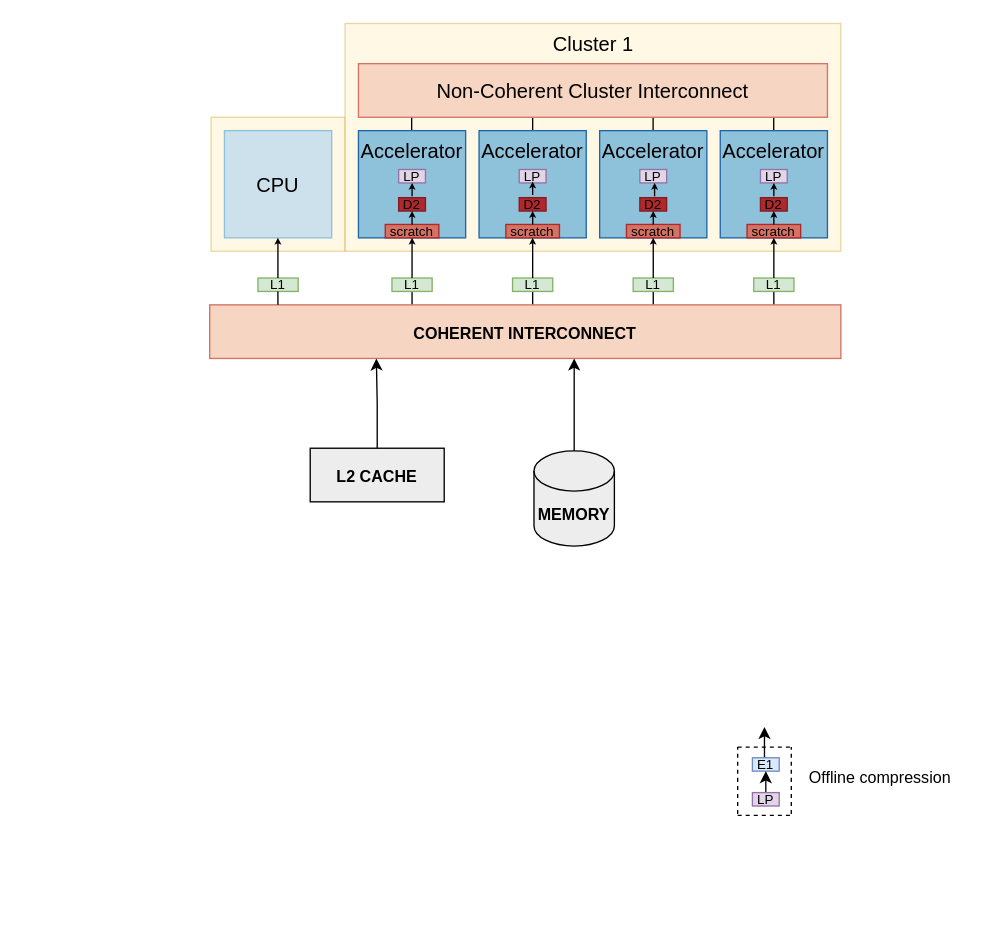
Above: System architecture.drawio in Nithyarajoman/Drawio-figures (draw.io), before the change. Source tidied: cells renumbered, new cells numbered last; positions are measured from the earlier drawing's top-left corner, leaving out a move shared by most shapes. Both pictures are drawn from the tidied source at 134%, with x=0, y=0 at pixel (209, 23).
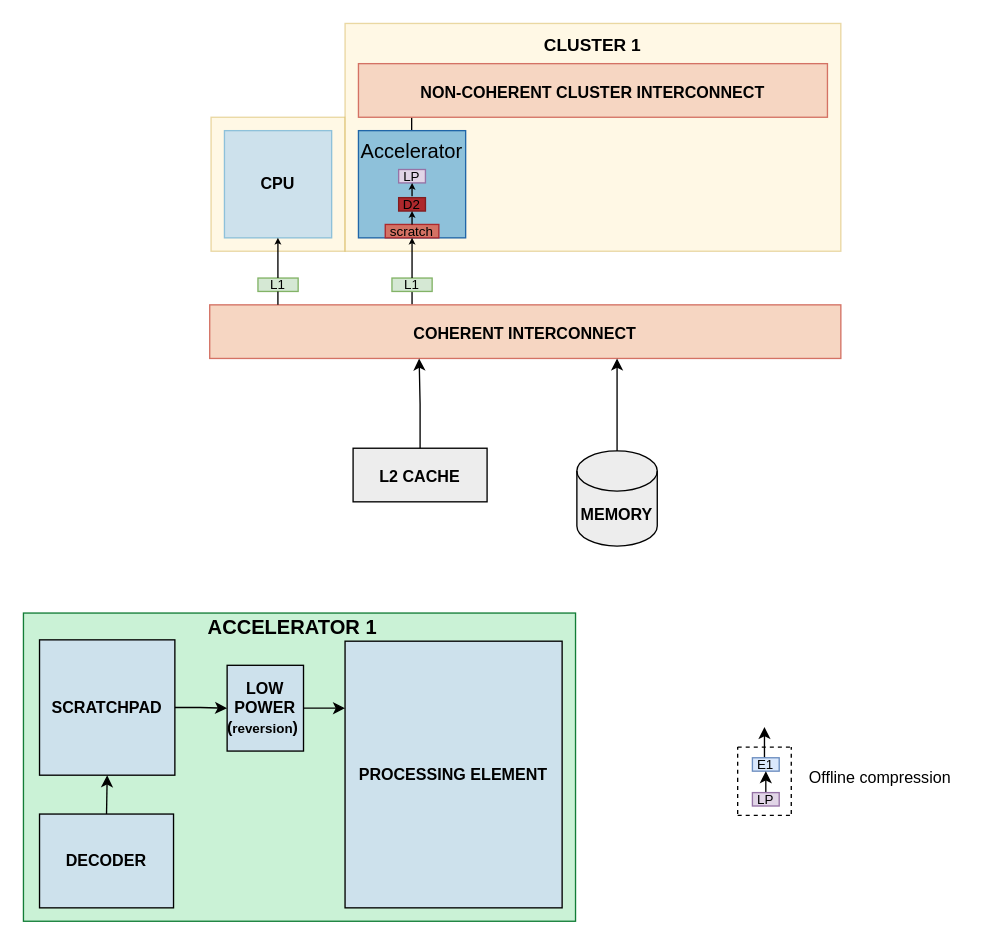
After the change.

Change to the diagram source:
```diff
@@
-    <mxCell id="4" value="&lt;font style=&quot;font-size: 15px;&quot;&gt;CPU&lt;/font&gt;" style="whiteSpace=wrap;html=1;fillColor=#CDE1EC;strokeColor=#8EC1DA;" parent="1" vertex="1">
+    <mxCell id="4" value="&lt;font&gt;&lt;b style=&quot;&quot;&gt;CPU&lt;/b&gt;&lt;/font&gt;" style="whiteSpace=wrap;html=1;fillColor=#CDE1EC;strokeColor=#8EC1DA;" parent="1" vertex="1">
       <mxGeometry x="11" y="80" width="80" height="80" as="geometry" />
     </mxCell>
-    <mxCell id="5" style="endArrow=none;html=1;entryX=0.75;entryY=1;entryDx=0;entryDy=0;fontSize=15;" parent="1" edge="1">
-      <mxGeometry relative="1" as="geometry">
-        <mxPoint x="330.9" y="80" as="sourcePoint" />
-        <mxPoint x="330.9" y="40" as="targetPoint" />
-      </mxGeometry>
-    </mxCell>
-    <mxCell id="6" style="endArrow=none;html=1;entryX=0.75;entryY=1;entryDx=0;entryDy=0;fontSize=15;" parent="1" edge="1">
-      <mxGeometry relative="1" as="geometry">
-        <mxPoint x="241" y="80" as="sourcePoint" />
-        <mxPoint x="241" y="40" as="targetPoint" />
-      </mxGeometry>
-    </mxCell>
@@
-    <mxCell id="8" style="endArrow=none;html=1;entryX=0.75;entryY=1;entryDx=0;entryDy=0;fontSize=15;" parent="1" edge="1">
-      <mxGeometry relative="1" as="geometry">
-        <mxPoint x="420.9" y="80" as="sourcePoint" />
-        <mxPoint x="420.9" y="40" as="targetPoint" />
-      </mxGeometry>
-    </mxCell>
@@
-    <mxCell id="10" value="Non-Coherent Cluster Interconnect" style="rounded=0;whiteSpace=wrap;html=1;fillColor=#f6d6c2;strokeColor=#d47264;fontSize=15;" parent="1" vertex="1">
+    <mxCell id="10" value="&lt;b style=&quot;&quot;&gt;&lt;font style=&quot;font-size: 12px;&quot;&gt;NON-COHERENT CLUSTER INTERCONNECT&lt;/font&gt;&lt;/b&gt;" style="rounded=0;whiteSpace=wrap;html=1;fillColor=#f6d6c2;strokeColor=#d47264;fontSize=15;" parent="1" vertex="1">
       <mxGeometry x="111" y="30" width="350" height="40" as="geometry" />
     </mxCell>
@@
-    <mxCell id="12" value="Cluster 1" style="text;html=1;strokeColor=none;fillColor=none;align=center;verticalAlign=middle;whiteSpace=wrap;rounded=0;fontSize=15;opacity=50;" parent="1" vertex="1">
-      <mxGeometry x="253.5" width="65" height="30" as="geometry" />
+    <mxCell id="12" value="&lt;b&gt;&lt;font style=&quot;font-size: 13px;&quot;&gt;CLUSTER 1&lt;/font&gt;&lt;/b&gt;" style="text;html=1;strokeColor=none;fillColor=none;align=center;verticalAlign=middle;whiteSpace=wrap;rounded=0;fontSize=15;opacity=50;" parent="1" vertex="1">
+      <mxGeometry x="241.2" width="89.5" height="30" as="geometry" />
     </mxCell>
-    <mxCell id="13" style="endArrow=none;html=1;" parent="1" edge="1">
-      <mxGeometry relative="1" as="geometry">
-        <mxPoint x="241" y="210" as="sourcePoint" />
-        <mxPoint x="241" y="200" as="targetPoint" />
-      </mxGeometry>
-    </mxCell>
-    <mxCell id="14" value="&lt;p style=&quot;line-height: 460%; font-size: 10px;&quot;&gt;&lt;span style=&quot;font-size: 10px;&quot;&gt;L1&lt;/span&gt;&lt;/p&gt;" style="rounded=0;whiteSpace=wrap;html=1;fillColor=#d5e8d4;strokeColor=#82b366;fontSize=10;" parent="1" vertex="1">
-      <mxGeometry x="226" y="190" width="30" height="10" as="geometry" />
-    </mxCell>
-    <mxCell id="15" style="whiteSpace=wrap;html=1;fillColor=#8ec1da;strokeColor=#2066a8;" parent="1" vertex="1">
-      <mxGeometry x="201" y="80" width="80" height="80" as="geometry" />
-    </mxCell>
-    <mxCell id="16" value="&lt;p style=&quot;line-height: 690%; font-size: 10px;&quot;&gt;&lt;font style=&quot;font-size: 10px;&quot;&gt;scratch&lt;/font&gt;&lt;/p&gt;" style="rounded=0;whiteSpace=wrap;html=1;strokeColor=#AE282C;fillColor=#D47264;fontSize=10;" parent="1" vertex="1">
-      <mxGeometry x="221" y="150" width="40" height="10" as="geometry" />
-    </mxCell>
-    <mxCell id="17" value="&lt;font style=&quot;font-size: 15px;&quot;&gt;Accelerator&lt;/font&gt;" style="text;html=1;strokeColor=none;fillColor=none;align=center;verticalAlign=middle;whiteSpace=wrap;rounded=0;fontSize=15;" parent="1" vertex="1">
-      <mxGeometry x="211" y="80" width="60" height="30" as="geometry" />
-    </mxCell>
-    <mxCell id="18" style="edgeStyle=none;html=1;exitX=0.75;exitY=0;exitDx=0;exitDy=0;entryX=0.5;entryY=1;entryDx=0;entryDy=0;fontSize=10;endSize=2;" parent="1" edge="1" target="16">
-      <mxGeometry relative="1" as="geometry">
-        <mxPoint x="241" y="190" as="sourcePoint" />
-      </mxGeometry>
-    </mxCell>
@@
-    <mxCell id="25" style="endArrow=none;html=1;" parent="1" edge="1">
-      <mxGeometry relative="1" as="geometry">
-        <mxPoint x="331" y="210" as="sourcePoint" />
-        <mxPoint x="331" y="200" as="targetPoint" />
-      </mxGeometry>
-    </mxCell>
-    <mxCell id="26" value="&lt;p style=&quot;line-height: 460%; font-size: 10px;&quot;&gt;&lt;span style=&quot;font-size: 10px;&quot;&gt;L1&lt;/span&gt;&lt;/p&gt;" style="rounded=0;whiteSpace=wrap;html=1;fillColor=#d5e8d4;strokeColor=#82b366;fontSize=10;" parent="1" vertex="1">
-      <mxGeometry x="316" y="190" width="30" height="10" as="geometry" />
-    </mxCell>
-    <mxCell id="27" style="whiteSpace=wrap;html=1;fillColor=#8ec1da;strokeColor=#2066a8;" parent="1" vertex="1">
-      <mxGeometry x="291" y="80" width="80" height="80" as="geometry" />
-    </mxCell>
-    <mxCell id="28" value="&lt;p style=&quot;line-height: 690%; font-size: 10px;&quot;&gt;&lt;font style=&quot;font-size: 10px;&quot;&gt;scratch&lt;/font&gt;&lt;/p&gt;" style="rounded=0;whiteSpace=wrap;html=1;strokeColor=#AE282C;fillColor=#D47264;fontSize=10;" parent="1" vertex="1">
-      <mxGeometry x="311" y="150" width="40" height="10" as="geometry" />
-    </mxCell>
-    <mxCell id="29" value="&lt;font style=&quot;font-size: 15px;&quot;&gt;Accelerator&lt;/font&gt;" style="text;html=1;strokeColor=none;fillColor=none;align=center;verticalAlign=middle;whiteSpace=wrap;rounded=0;fontSize=15;" parent="1" vertex="1">
-      <mxGeometry x="301" y="80" width="60" height="30" as="geometry" />
-    </mxCell>
-    <mxCell id="30" style="edgeStyle=none;html=1;exitX=0.75;exitY=0;exitDx=0;exitDy=0;entryX=0.5;entryY=1;entryDx=0;entryDy=0;fontSize=10;endSize=2;" parent="1" edge="1" target="28">
-      <mxGeometry relative="1" as="geometry">
-        <mxPoint x="331" y="190" as="sourcePoint" />
-      </mxGeometry>
-    </mxCell>
-    <mxCell id="31" style="endArrow=none;html=1;" parent="1" edge="1">
-      <mxGeometry relative="1" as="geometry">
-        <mxPoint x="421" y="210" as="sourcePoint" />
-        <mxPoint x="421" y="200" as="targetPoint" />
-      </mxGeometry>
-    </mxCell>
-    <mxCell id="32" value="&lt;p style=&quot;line-height: 460%; font-size: 10px;&quot;&gt;&lt;span style=&quot;font-size: 10px;&quot;&gt;L1&lt;/span&gt;&lt;/p&gt;" style="rounded=0;whiteSpace=wrap;html=1;fillColor=#d5e8d4;strokeColor=#82b366;fontSize=10;" parent="1" vertex="1">
-      <mxGeometry x="406" y="190" width="30" height="10" as="geometry" />
-    </mxCell>
-    <mxCell id="33" style="whiteSpace=wrap;html=1;fillColor=#8ec1da;strokeColor=#2066a8;" parent="1" vertex="1">
-      <mxGeometry x="381" y="80" width="80" height="80" as="geometry" />
-    </mxCell>
-    <mxCell id="34" value="&lt;p style=&quot;line-height: 690%; font-size: 10px;&quot;&gt;&lt;font style=&quot;font-size: 10px;&quot;&gt;scratch&lt;/font&gt;&lt;/p&gt;" style="rounded=0;whiteSpace=wrap;html=1;strokeColor=#AE282C;fillColor=#D47264;fontSize=10;" parent="1" vertex="1">
-      <mxGeometry x="401" y="150" width="40" height="10" as="geometry" />
-    </mxCell>
-    <mxCell id="35" value="&lt;font style=&quot;font-size: 15px;&quot;&gt;Accelerator&lt;/font&gt;" style="text;html=1;strokeColor=none;fillColor=none;align=center;verticalAlign=middle;whiteSpace=wrap;rounded=0;fontSize=15;" parent="1" vertex="1">
-      <mxGeometry x="391" y="80" width="60" height="30" as="geometry" />
-    </mxCell>
-    <mxCell id="36" style="edgeStyle=none;html=1;exitX=0.75;exitY=0;exitDx=0;exitDy=0;entryX=0.5;entryY=1;entryDx=0;entryDy=0;fontSize=10;endSize=2;" parent="1" edge="1" target="34">
-      <mxGeometry relative="1" as="geometry">
-        <mxPoint x="421" y="190" as="sourcePoint" />
-      </mxGeometry>
-    </mxCell>
-    <mxCell id="37" value="&lt;p style=&quot;line-height: 100%; font-size: 10px;&quot;&gt;&lt;span style=&quot;background-color: initial; font-size: 10px;&quot;&gt;D2&lt;/span&gt;&lt;/p&gt;" style="rounded=0;whiteSpace=wrap;html=1;strokeColor=#801D20;fillColor=#AE282C;align=center;fontSize=10;" parent="1" vertex="1">
-      <mxGeometry x="411" y="130" width="20" height="10" as="geometry" />
-    </mxCell>
-    <mxCell id="38" style="edgeStyle=none;html=1;exitX=0.75;exitY=0;exitDx=0;exitDy=0;entryX=0.5;entryY=1;entryDx=0;entryDy=0;fontSize=10;endSize=2;" parent="1" edge="1" target="37">
-      <mxGeometry relative="1" as="geometry">
-        <mxPoint x="421" y="150" as="sourcePoint" />
-      </mxGeometry>
-    </mxCell>
-    <mxCell id="39" value="&lt;p style=&quot;line-height: 100%; font-size: 10px;&quot;&gt;&lt;span style=&quot;background-color: initial; font-size: 10px;&quot;&gt;D2&lt;/span&gt;&lt;/p&gt;" style="rounded=0;whiteSpace=wrap;html=1;strokeColor=#801D20;fillColor=#AE282C;align=center;fontSize=10;" parent="1" vertex="1">
-      <mxGeometry x="321" y="130" width="20" height="10" as="geometry" />
-    </mxCell>
-    <mxCell id="40" style="edgeStyle=none;html=1;exitX=0.75;exitY=0;exitDx=0;exitDy=0;entryX=0.5;entryY=1;entryDx=0;entryDy=0;fontSize=10;endSize=2;" parent="1" edge="1" target="39">
-      <mxGeometry relative="1" as="geometry">
-        <mxPoint x="331" y="150" as="sourcePoint" />
-      </mxGeometry>
-    </mxCell>
-    <mxCell id="41" value="&lt;p style=&quot;line-height: 100%; font-size: 10px;&quot;&gt;&lt;span style=&quot;background-color: initial; font-size: 10px;&quot;&gt;D2&lt;/span&gt;&lt;/p&gt;" style="rounded=0;whiteSpace=wrap;html=1;strokeColor=#801D20;fillColor=#AE282C;align=center;fontSize=10;" parent="1" vertex="1">
-      <mxGeometry x="231" y="130" width="20" height="10" as="geometry" />
-    </mxCell>
-    <mxCell id="42" style="edgeStyle=none;html=1;exitX=0.75;exitY=0;exitDx=0;exitDy=0;entryX=0.5;entryY=1;entryDx=0;entryDy=0;fontSize=10;endSize=2;" parent="1" edge="1" target="41">
-      <mxGeometry relative="1" as="geometry">
-        <mxPoint x="241" y="150" as="sourcePoint" />
-      </mxGeometry>
-    </mxCell>
@@
-    <mxCell id="45" value="&lt;font style=&quot;font-size: 12px;&quot;&gt;&lt;b&gt;L2 CACHE&lt;/b&gt;&lt;/font&gt;" style="rounded=0;whiteSpace=wrap;html=1;fontSize=15;fillColor=#EDEDED;" parent="1" vertex="1">
-      <mxGeometry x="75" y="317" width="100" height="40" as="geometry" />
+    <mxCell id="45" value="&lt;font style=&quot;font-size: 12px;&quot;&gt;&lt;b style=&quot;&quot;&gt;L2 CACHE&lt;/b&gt;&lt;/font&gt;" style="rounded=0;whiteSpace=wrap;html=1;fontSize=15;fillColor=#EDEDED;" parent="1" vertex="1">
+      <mxGeometry x="107" y="317" width="100" height="40" as="geometry" />
     </mxCell>
-    <mxCell id="46" value="&lt;font style=&quot;font-size: 12px;&quot;&gt;&lt;b&gt;COHERENT INTERCONNECT&lt;/b&gt;&lt;/font&gt;" style="rounded=0;whiteSpace=wrap;html=1;fillColor=#F6D6C2;strokeColor=#D47264;fontSize=15;" parent="1" vertex="1">
+    <mxCell id="46" value="&lt;font style=&quot;font-size: 12px;&quot;&gt;&lt;b style=&quot;&quot;&gt;COHERENT INTERCONNECT&lt;/b&gt;&lt;/font&gt;" style="rounded=0;whiteSpace=wrap;html=1;fillColor=#F6D6C2;strokeColor=#D47264;fontSize=15;" parent="1" vertex="1">
       <mxGeometry y="210" width="471" height="40" as="geometry" />
     </mxCell>
@@
-    <mxCell id="52" value="&lt;p style=&quot;line-height: 100%; font-size: 10px;&quot;&gt;&lt;font style=&quot;font-size: 10px;&quot;&gt;LP&lt;/font&gt;&lt;/p&gt;" style="rounded=0;whiteSpace=wrap;html=1;strokeColor=#9673a6;fillColor=#e1d5e7;fontSize=10;" parent="1" vertex="1">
-      <mxGeometry x="231" y="109" width="20" height="10" as="geometry" />
-    </mxCell>
-    <mxCell id="53" value="&lt;p style=&quot;line-height: 100%; font-size: 10px;&quot;&gt;&lt;font style=&quot;font-size: 10px;&quot;&gt;LP&lt;/font&gt;&lt;/p&gt;" style="rounded=0;whiteSpace=wrap;html=1;strokeColor=#9673a6;fillColor=#e1d5e7;fontSize=10;" parent="1" vertex="1">
-      <mxGeometry x="321" y="109" width="20" height="10" as="geometry" />
-    </mxCell>
-    <mxCell id="54" value="&lt;p style=&quot;line-height: 100%; font-size: 10px;&quot;&gt;&lt;font style=&quot;font-size: 10px;&quot;&gt;LP&lt;/font&gt;&lt;/p&gt;" style="rounded=0;whiteSpace=wrap;html=1;strokeColor=#9673a6;fillColor=#e1d5e7;fontSize=10;" parent="1" vertex="1">
-      <mxGeometry x="411" y="109" width="20" height="10" as="geometry" />
-    </mxCell>
@@
-    <mxCell id="56" style="edgeStyle=none;html=1;exitX=0.75;exitY=0;exitDx=0;exitDy=0;entryX=0.5;entryY=1;entryDx=0;entryDy=0;fontSize=10;endSize=2;" parent="1" edge="1">
-      <mxGeometry relative="1" as="geometry">
-        <mxPoint x="241" y="128" as="sourcePoint" />
-        <mxPoint x="241" y="118" as="targetPoint" />
-      </mxGeometry>
-    </mxCell>
-    <mxCell id="57" style="edgeStyle=none;html=1;exitX=0.75;exitY=0;exitDx=0;exitDy=0;entryX=0.5;entryY=1;entryDx=0;entryDy=0;fontSize=10;endSize=2;" parent="1" edge="1">
-      <mxGeometry relative="1" as="geometry">
-        <mxPoint x="332" y="129" as="sourcePoint" />
-        <mxPoint x="332" y="119" as="targetPoint" />
-      </mxGeometry>
-    </mxCell>
-    <mxCell id="58" style="edgeStyle=none;html=1;exitX=0.75;exitY=0;exitDx=0;exitDy=0;entryX=0.5;entryY=1;entryDx=0;entryDy=0;fontSize=10;endSize=2;" parent="1" edge="1">
-      <mxGeometry relative="1" as="geometry">
-        <mxPoint x="421" y="129" as="sourcePoint" />
-        <mxPoint x="421" y="119" as="targetPoint" />
-      </mxGeometry>
-    </mxCell>
@@
-    <mxCell id="60" style="edgeStyle=orthogonalEdgeStyle;rounded=0;jettySize=auto;html=1;exitX=0.5;exitY=0;exitDx=0;exitDy=0;entryX=0.264;entryY=1;entryDx=0;entryDy=0;entryPerimeter=0;" parent="1" edge="1" source="45" target="46">
-      <mxGeometry relative="1" as="geometry" />
+    <mxCell id="60" style="edgeStyle=orthogonalEdgeStyle;rounded=0;jettySize=auto;html=1;exitX=0.5;exitY=0;exitDx=0;exitDy=0;entryX=0.264;entryY=1;entryDx=0;entryDy=0;entryPerimeter=0;" parent="1" edge="1" source="45">
+      <mxGeometry relative="1" as="geometry">
+        <mxPoint x="156.3" y="250" as="targetPoint" />
+      </mxGeometry>
     </mxCell>
@@
-    <mxCell id="66" value="&lt;b&gt;MEMORY&lt;/b&gt;" style="shape=cylinder3;whiteSpace=wrap;html=1;boundedLbl=1;backgroundOutline=1;size=15;fillColor=light-dark(#ededed, #ededed);" parent="1" vertex="1">
-      <mxGeometry x="242" y="319" width="60" height="71" as="geometry" />
+    <mxCell id="66" value="&lt;b&gt;&lt;font&gt;MEMORY&lt;/font&gt;&lt;/b&gt;" style="shape=cylinder3;whiteSpace=wrap;html=1;boundedLbl=1;backgroundOutline=1;size=15;fillColor=light-dark(#ededed, #ededed);" parent="1" vertex="1">
+      <mxGeometry x="274" y="319" width="60" height="71" as="geometry" />
     </mxCell>
     <mxCell id="67" style="edgeStyle=orthogonalEdgeStyle;rounded=0;jettySize=auto;html=1;exitX=0.5;exitY=0;exitDx=0;exitDy=0;exitPerimeter=0;" parent="1" edge="1" source="66">
       <mxGeometry relative="1" as="geometry">
-        <mxPoint x="272" y="250" as="targetPoint" />
+        <mxPoint x="304" y="250" as="targetPoint" />
       </mxGeometry>
     </mxCell>
+    <mxCell id="68" style="whiteSpace=wrap;html=1;strokeColor=light-dark(#127d37, #ededed);fillColor=light-dark(#caf2d6, #ededed);" parent="1" vertex="1">
+      <mxGeometry x="-139" y="440" width="412" height="230" as="geometry" />
+    </mxCell>
+    <mxCell id="69" style="edgeStyle=orthogonalEdgeStyle;rounded=0;jettySize=auto;html=1;exitX=1;exitY=0.5;exitDx=0;exitDy=0;entryX=0;entryY=0.5;entryDx=0;entryDy=0;" parent="1" edge="1" source="70" target="74">
+      <mxGeometry relative="1" as="geometry">
+        <Array as="points">
+          <mxPoint x="-7" y="511" />
+          <mxPoint x="13" y="511" />
+        </Array>
+      </mxGeometry>
+    </mxCell>
+    <mxCell id="70" value="&lt;b&gt;SCRATCHPAD&lt;/b&gt;" style="whiteSpace=wrap;html=1;fillColor=light-dark(#cde1ec, #ededed);" parent="1" vertex="1">
+      <mxGeometry x="-127" y="460" width="101" height="101" as="geometry" />
+    </mxCell>
+    <mxCell id="71" style="edgeStyle=orthogonalEdgeStyle;rounded=0;jettySize=auto;html=1;exitX=0.5;exitY=0;exitDx=0;exitDy=0;entryX=0.5;entryY=1;entryDx=0;entryDy=0;" parent="1" edge="1" source="72" target="70">
+      <mxGeometry relative="1" as="geometry" />
+    </mxCell>
+    <mxCell id="72" value="&lt;b&gt;DECODER&lt;/b&gt;" style="whiteSpace=wrap;html=1;fillColor=light-dark(#cde1ec, #ededed);" parent="1" vertex="1">
+      <mxGeometry x="-127" y="590" width="100" height="70" as="geometry" />
+    </mxCell>
+    <mxCell id="73" style="edgeStyle=orthogonalEdgeStyle;rounded=0;jettySize=auto;html=1;exitX=1;exitY=0.5;exitDx=0;exitDy=0;entryX=0;entryY=0.25;entryDx=0;entryDy=0;" parent="1" edge="1" source="74" target="75">
+      <mxGeometry relative="1" as="geometry" />
+    </mxCell>
+    <mxCell id="74" value="&lt;b&gt;LOW POWER (&lt;font style=&quot;font-size: 10px;&quot;&gt;reversion&lt;/font&gt;)&amp;nbsp;&lt;/b&gt;" style="rounded=0;whiteSpace=wrap;html=1;fillColor=light-dark(#cde1ec, #ededed);" parent="1" vertex="1">
+      <mxGeometry x="13" y="479" width="57" height="64" as="geometry" />
+    </mxCell>
+    <mxCell id="75" value="&lt;b&gt;PROCESSING ELEMENT&lt;/b&gt;" style="whiteSpace=wrap;html=1;fillColor=light-dark(#cde1ec, #ededed);" parent="1" vertex="1">
+      <mxGeometry x="101" y="461" width="162" height="199" as="geometry" />
+    </mxCell>
+    <mxCell id="76" value="&lt;b&gt;ACCELERATOR 1&lt;/b&gt;" style="text;html=1;strokeColor=none;fillColor=none;align=center;verticalAlign=middle;whiteSpace=wrap;rounded=0;fontSize=15;" parent="1" vertex="1">
+      <mxGeometry x="-3" y="435" width="130" height="30" as="geometry" />
+    </mxCell>
```
